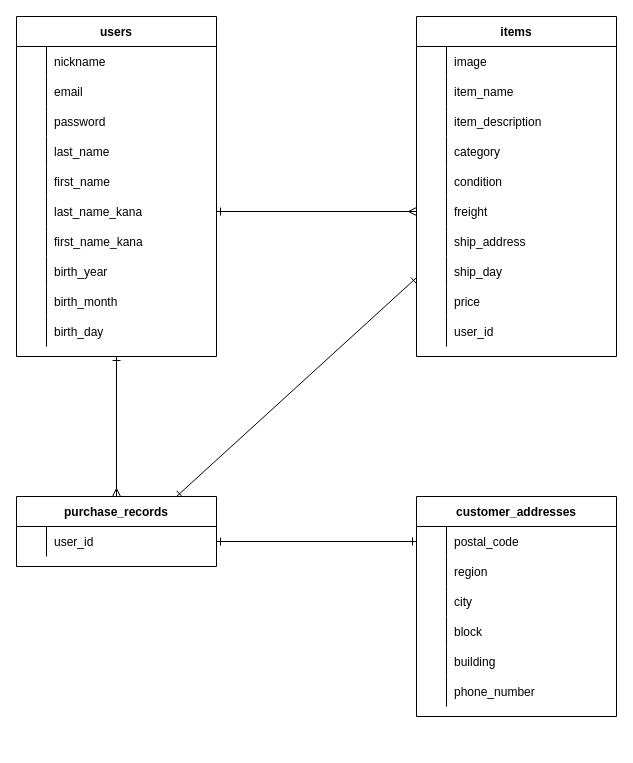
adpoppo/furima-38143 keeps this draw.io diagram as er.dio. Above is the earlier version. Source tidied: cells renumbered, new cells numbered last; positions are measured from the earlier drawing's top-left corner, leaving out a move shared by most shapes. Both pictures are drawn from the tidied source at 100%, with x=0, y=0 at pixel (16, 16).
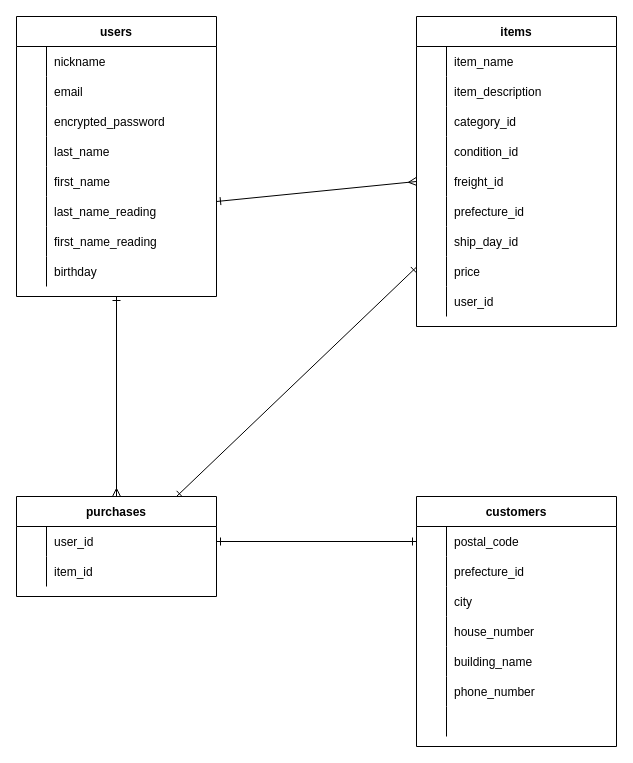
The same diagram, later.

Unchanged cells that the change refers to:
```xml
<mxCell id="10" style="shape=partialRectangle;fillColor=none;top=0;left=0;bottom=0;right=0;" parent="3" vertex="1">
  <mxGeometry y="90" width="200" height="30" as="geometry" />
</mxCell>
<mxCell id="19" style="shape=partialRectangle;fillColor=none;top=0;left=0;bottom=0;right=0;points=[[0,0.5],[1,0.5]];portConstraint=eastwest;" parent="3" vertex="1">
  <mxGeometry y="180" width="200" height="30" as="geometry" />
</mxCell>
<mxCell id="22" style="shape=partialRectangle;fillColor=none;top=0;left=0;bottom=0;right=0;" parent="3" vertex="1">
  <mxGeometry y="210" width="200" height="30" as="geometry" />
</mxCell>
<mxCell id="25" style="shape=partialRectangle;fillColor=none;top=0;left=0;bottom=0;right=0;" parent="3" vertex="1">
  <mxGeometry y="240" width="200" height="30" as="geometry" />
</mxCell>
<mxCell id="74" style="shape=partialRectangle;fillColor=none;top=0;left=0;bottom=0;right=0;" parent="70" vertex="1">
  <mxGeometry y="60" width="200" height="30" as="geometry" />
</mxCell>
<mxCell id="80" style="shape=partialRectangle;fillColor=none;top=0;left=0;bottom=0;right=0;" parent="70" vertex="1">
  <mxGeometry y="120" width="200" height="30" as="geometry" />
</mxCell>
<mxCell id="83" style="shape=partialRectangle;fillColor=none;top=0;left=0;bottom=0;right=0;" parent="70" vertex="1">
  <mxGeometry y="150" width="200" height="30" as="geometry" />
</mxCell>
```

Change to the diagram source:
```diff
@@
     <mxCell id="3" value="users" style="shape=table;startSize=30;childLayout=tableLayout;rowLines=0;fontStyle=1;align=center;" parent="1" vertex="1">
-      <mxGeometry width="200" height="340" as="geometry" />
+      <mxGeometry width="200" height="280" as="geometry" />
     </mxCell>
@@
-    <mxCell id="12" value="password" style="shape=partialRectangle;fillColor=none;top=0;left=0;bottom=0;right=0;align=left;spacingLeft=6;overflow=hidden;" parent="10" vertex="1">
+    <mxCell id="12" value="encrypted_password" style="shape=partialRectangle;fillColor=none;top=0;left=0;bottom=0;right=0;align=left;spacingLeft=6;overflow=hidden;" parent="10" vertex="1">
       <mxGeometry x="30" width="170" height="30" as="geometry" />
     </mxCell>
@@
-    <mxCell id="21" value="last_name_kana" style="shape=partialRectangle;fillColor=none;top=0;left=0;bottom=0;right=0;align=left;spacingLeft=6;overflow=hidden;" parent="19" vertex="1">
+    <mxCell id="21" value="last_name_reading" style="shape=partialRectangle;fillColor=none;top=0;left=0;bottom=0;right=0;align=left;spacingLeft=6;overflow=hidden;" parent="19" vertex="1">
       <mxGeometry x="30" width="170" height="30" as="geometry" />
     </mxCell>
@@
-    <mxCell id="24" value="first_name_kana" style="shape=partialRectangle;fillColor=none;top=0;left=0;bottom=0;right=0;align=left;spacingLeft=6;overflow=hidden;" parent="22" vertex="1">
+    <mxCell id="24" value="first_name_reading" style="shape=partialRectangle;fillColor=none;top=0;left=0;bottom=0;right=0;align=left;spacingLeft=6;overflow=hidden;" parent="22" vertex="1">
       <mxGeometry x="30" width="170" height="30" as="geometry" />
     </mxCell>
@@
-    <mxCell id="27" value="birth_year" style="shape=partialRectangle;fillColor=none;top=0;left=0;bottom=0;right=0;align=left;spacingLeft=6;overflow=hidden;" parent="25" vertex="1">
+    <mxCell id="27" value="birthday" style="shape=partialRectangle;fillColor=none;top=0;left=0;bottom=0;right=0;align=left;spacingLeft=6;overflow=hidden;" parent="25" vertex="1">
       <mxGeometry x="30" width="170" height="30" as="geometry" />
     </mxCell>
-    <mxCell id="28" style="shape=partialRectangle;fillColor=none;top=0;left=0;bottom=0;right=0;" parent="3" vertex="1">
-      <mxGeometry y="270" width="200" height="30" as="geometry" />
-    </mxCell>
-    <mxCell id="29" style="shape=partialRectangle;fillColor=none;top=0;left=0;bottom=0;right=0;overflow=hidden;" parent="28" vertex="1">
-      <mxGeometry width="30" height="30" as="geometry" />
-    </mxCell>
-    <mxCell id="30" value="birth_month" style="shape=partialRectangle;fillColor=none;top=0;left=0;bottom=0;right=0;align=left;spacingLeft=6;overflow=hidden;" parent="28" vertex="1">
-      <mxGeometry x="30" width="170" height="30" as="geometry" />
-    </mxCell>
-    <mxCell id="31" style="shape=partialRectangle;fillColor=none;top=0;left=0;bottom=0;right=0;" parent="3" vertex="1">
-      <mxGeometry y="300" width="200" height="30" as="geometry" />
-    </mxCell>
-    <mxCell id="32" style="shape=partialRectangle;fillColor=none;top=0;left=0;bottom=0;right=0;overflow=hidden;" parent="31" vertex="1">
-      <mxGeometry width="30" height="30" as="geometry" />
-    </mxCell>
-    <mxCell id="33" value="birth_day" style="shape=partialRectangle;fillColor=none;top=0;left=0;bottom=0;right=0;align=left;spacingLeft=6;overflow=hidden;" parent="31" vertex="1">
-      <mxGeometry x="30" width="170" height="30" as="geometry" />
-    </mxCell>
@@
     <mxCell id="35" value="items" style="shape=table;startSize=30;childLayout=tableLayout;rowLines=0;fontStyle=1;align=center;" parent="1" vertex="1">
-      <mxGeometry x="400" width="200" height="340" as="geometry" />
+      <mxGeometry x="400" width="200" height="310" as="geometry" />
     </mxCell>
-    <mxCell id="36" style="shape=partialRectangle;fillColor=none;top=0;left=0;bottom=0;right=0;" parent="35" vertex="1">
-      <mxGeometry y="30" width="200" height="30" as="geometry" />
-    </mxCell>
-    <mxCell id="37" style="shape=partialRectangle;fillColor=none;top=0;left=0;bottom=0;right=0;overflow=hidden;" parent="36" vertex="1">
-      <mxGeometry width="30" height="30" as="geometry" />
-    </mxCell>
-    <mxCell id="38" value="image" style="shape=partialRectangle;fillColor=none;top=0;left=0;bottom=0;right=0;align=left;spacingLeft=6;overflow=hidden;" parent="36" vertex="1">
-      <mxGeometry x="30" width="170" height="30" as="geometry" />
-    </mxCell>
     <mxCell id="39" style="shape=partialRectangle;fillColor=none;top=0;left=0;bottom=0;right=0;" parent="35" vertex="1">
-      <mxGeometry y="60" width="200" height="30" as="geometry" />
+      <mxGeometry y="30" width="200" height="30" as="geometry" />
     </mxCell>
@@
     <mxCell id="42" style="shape=partialRectangle;fillColor=none;top=0;left=0;bottom=0;right=0;" parent="35" vertex="1">
-      <mxGeometry y="90" width="200" height="30" as="geometry" />
+      <mxGeometry y="60" width="200" height="30" as="geometry" />
     </mxCell>
@@
     <mxCell id="45" style="shape=partialRectangle;fillColor=none;top=0;left=0;bottom=0;right=0;" parent="35" vertex="1">
-      <mxGeometry y="120" width="200" height="30" as="geometry" />
+      <mxGeometry y="90" width="200" height="30" as="geometry" />
     </mxCell>
@@
-    <mxCell id="47" value="category" style="shape=partialRectangle;fillColor=none;top=0;left=0;bottom=0;right=0;align=left;spacingLeft=6;overflow=hidden;" parent="45" vertex="1">
+    <mxCell id="47" value="category_id" style="shape=partialRectangle;fillColor=none;top=0;left=0;bottom=0;right=0;align=left;spacingLeft=6;overflow=hidden;" parent="45" vertex="1">
       <mxGeometry x="30" width="170" height="30" as="geometry" />
     </mxCell>
     <mxCell id="48" style="shape=partialRectangle;fillColor=none;top=0;left=0;bottom=0;right=0;" parent="35" vertex="1">
-      <mxGeometry y="150" width="200" height="30" as="geometry" />
+      <mxGeometry y="120" width="200" height="30" as="geometry" />
     </mxCell>
@@
-    <mxCell id="50" value="condition" style="shape=partialRectangle;fillColor=none;top=0;left=0;bottom=0;right=0;align=left;spacingLeft=6;overflow=hidden;" parent="48" vertex="1">
+    <mxCell id="50" value="condition_id" style="shape=partialRectangle;fillColor=none;top=0;left=0;bottom=0;right=0;align=left;spacingLeft=6;overflow=hidden;" parent="48" vertex="1">
       <mxGeometry x="30" width="170" height="30" as="geometry" />
     </mxCell>
     <mxCell id="51" style="shape=partialRectangle;fillColor=none;top=0;left=0;bottom=0;right=0;points=[[0,0.5],[1,0.5]];portConstraint=eastwest;" parent="35" vertex="1">
-      <mxGeometry y="180" width="200" height="30" as="geometry" />
+      <mxGeometry y="150" width="200" height="30" as="geometry" />
     </mxCell>
@@
-    <mxCell id="53" value="freight" style="shape=partialRectangle;fillColor=none;top=0;left=0;bottom=0;right=0;align=left;spacingLeft=6;overflow=hidden;" parent="51" vertex="1">
+    <mxCell id="53" value="freight_id" style="shape=partialRectangle;fillColor=none;top=0;left=0;bottom=0;right=0;align=left;spacingLeft=6;overflow=hidden;" parent="51" vertex="1">
       <mxGeometry x="30" width="170" height="30" as="geometry" />
     </mxCell>
     <mxCell id="54" style="shape=partialRectangle;fillColor=none;top=0;left=0;bottom=0;right=0;" parent="35" vertex="1">
-      <mxGeometry y="210" width="200" height="30" as="geometry" />
+      <mxGeometry y="180" width="200" height="30" as="geometry" />
     </mxCell>
@@
-    <mxCell id="56" value="ship_address" style="shape=partialRectangle;fillColor=none;top=0;left=0;bottom=0;right=0;align=left;spacingLeft=6;overflow=hidden;" parent="54" vertex="1">
+    <mxCell id="56" value="prefecture_id" style="shape=partialRectangle;fillColor=none;top=0;left=0;bottom=0;right=0;align=left;spacingLeft=6;overflow=hidden;" parent="54" vertex="1">
       <mxGeometry x="30" width="170" height="30" as="geometry" />
     </mxCell>
     <mxCell id="57" style="shape=partialRectangle;fillColor=none;top=0;left=0;bottom=0;right=0;" parent="35" vertex="1">
-      <mxGeometry y="240" width="200" height="30" as="geometry" />
+      <mxGeometry y="210" width="200" height="30" as="geometry" />
     </mxCell>
@@
-    <mxCell id="59" value="ship_day" style="shape=partialRectangle;fillColor=none;top=0;left=0;bottom=0;right=0;align=left;spacingLeft=6;overflow=hidden;" parent="57" vertex="1">
+    <mxCell id="59" value="ship_day_id" style="shape=partialRectangle;fillColor=none;top=0;left=0;bottom=0;right=0;align=left;spacingLeft=6;overflow=hidden;" parent="57" vertex="1">
       <mxGeometry x="30" width="170" height="30" as="geometry" />
     </mxCell>
     <mxCell id="60" style="shape=partialRectangle;fillColor=none;top=0;left=0;bottom=0;right=0;" parent="35" vertex="1">
-      <mxGeometry y="270" width="200" height="30" as="geometry" />
+      <mxGeometry y="240" width="200" height="30" as="geometry" />
     </mxCell>
@@
     <mxCell id="63" style="shape=partialRectangle;fillColor=none;top=0;left=0;bottom=0;right=0;" parent="35" vertex="1">
-      <mxGeometry y="300" width="200" height="30" as="geometry" />
+      <mxGeometry y="270" width="200" height="30" as="geometry" />
     </mxCell>
@@
-    <mxCell id="66" value="purchase_records" style="shape=table;startSize=30;childLayout=tableLayout;rowLines=0;fontStyle=1;align=center;" parent="1" vertex="1">
-      <mxGeometry y="480" width="200" height="70" as="geometry" />
+    <mxCell id="66" value="purchases" style="shape=table;startSize=30;childLayout=tableLayout;rowLines=0;fontStyle=1;align=center;" parent="1" vertex="1">
+      <mxGeometry y="480" width="200" height="100" as="geometry" />
     </mxCell>
@@
+    <mxCell id="91" style="shape=partialRectangle;fillColor=none;top=0;left=0;bottom=0;right=0;" parent="66" vertex="1">
+      <mxGeometry y="60" width="200" height="30" as="geometry" />
+    </mxCell>
+    <mxCell id="92" style="shape=partialRectangle;fillColor=none;top=0;left=0;bottom=0;right=0;overflow=hidden;" parent="91" vertex="1">
+      <mxGeometry width="30" height="30" as="geometry" />
+    </mxCell>
+    <mxCell id="93" value="item_id" style="shape=partialRectangle;fillColor=none;top=0;left=0;bottom=0;right=0;align=left;spacingLeft=6;overflow=hidden;" parent="91" vertex="1">
+      <mxGeometry x="30" width="170" height="30" as="geometry" />
+    </mxCell>
-    <mxCell id="70" value="customer_addresses" style="shape=table;startSize=30;childLayout=tableLayout;rowLines=0;fontStyle=1;align=center;" parent="1" vertex="1">
-      <mxGeometry x="400" y="480" width="200" height="220" as="geometry" />
+    <mxCell id="70" value="customers" style="shape=table;startSize=30;childLayout=tableLayout;rowLines=0;fontStyle=1;align=center;" parent="1" vertex="1">
+      <mxGeometry x="400" y="480" width="200" height="250" as="geometry" />
     </mxCell>
@@
-    <mxCell id="76" value="region" style="shape=partialRectangle;fillColor=none;top=0;left=0;bottom=0;right=0;align=left;spacingLeft=6;overflow=hidden;" parent="74" vertex="1">
+    <mxCell id="76" value="prefecture_id" style="shape=partialRectangle;fillColor=none;top=0;left=0;bottom=0;right=0;align=left;spacingLeft=6;overflow=hidden;" parent="74" vertex="1">
       <mxGeometry x="30" width="170" height="30" as="geometry" />
     </mxCell>
@@
-    <mxCell id="82" value="block" style="shape=partialRectangle;fillColor=none;top=0;left=0;bottom=0;right=0;align=left;spacingLeft=6;overflow=hidden;" parent="80" vertex="1">
+    <mxCell id="82" value="house_number" style="shape=partialRectangle;fillColor=none;top=0;left=0;bottom=0;right=0;align=left;spacingLeft=6;overflow=hidden;" parent="80" vertex="1">
       <mxGeometry x="30" width="170" height="30" as="geometry" />
     </mxCell>
@@
-    <mxCell id="85" value="building" style="shape=partialRectangle;fillColor=none;top=0;left=0;bottom=0;right=0;align=left;spacingLeft=6;overflow=hidden;" parent="83" vertex="1">
+    <mxCell id="85" value="building_name" style="shape=partialRectangle;fillColor=none;top=0;left=0;bottom=0;right=0;align=left;spacingLeft=6;overflow=hidden;" parent="83" vertex="1">
       <mxGeometry x="30" width="170" height="30" as="geometry" />
     </mxCell>
@@
+    <mxCell id="94" style="shape=partialRectangle;fillColor=none;top=0;left=0;bottom=0;right=0;" parent="70" vertex="1">
+      <mxGeometry y="210" width="200" height="30" as="geometry" />
+    </mxCell>
+    <mxCell id="95" style="shape=partialRectangle;fillColor=none;top=0;left=0;bottom=0;right=0;overflow=hidden;" parent="94" vertex="1">
+      <mxGeometry width="30" height="30" as="geometry" />
+    </mxCell>
+    <mxCell id="96" style="shape=partialRectangle;fillColor=none;top=0;left=0;bottom=0;right=0;align=left;spacingLeft=6;overflow=hidden;" parent="94" vertex="1">
+      <mxGeometry x="30" width="170" height="30" as="geometry" />
+    </mxCell>
```
